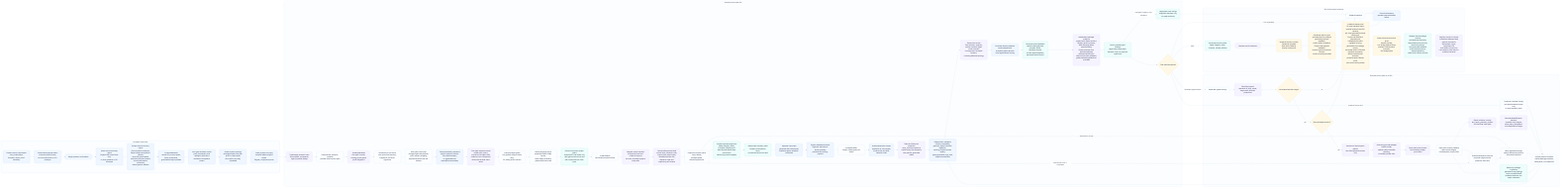
odylith/odylith keeps this Mermaid diagram as odylith/atlas/source/domain-intelligence-greenfield-governance.png. Above is the earlier version. Its source is kept beside it as odylith/atlas/source/domain-intelligence-greenfield-governance.mmd.
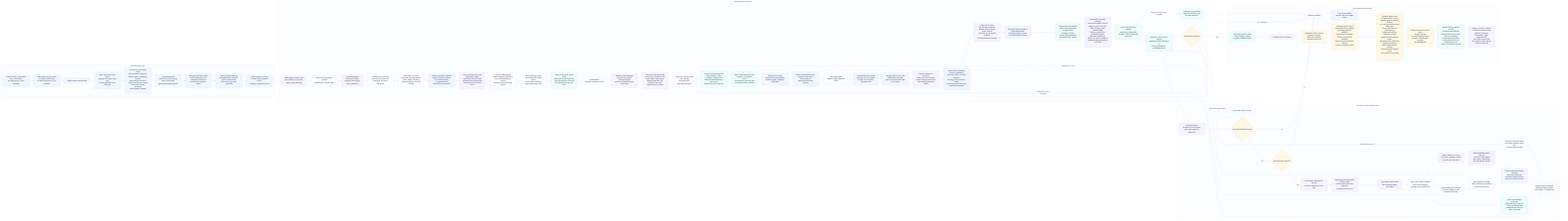
Later version of the same file.

Diff of the diagram source:
```diff
@@ -21,7 +21,7 @@
       actor_path_role["Actor path-role owner<br/>accepted-path descriptions,<br/>suffix-subject stripping,<br/>preposition/action-led role cleanup"]
       external_boundary["External boundary semantics<br/>explicit systems, inferred first-path boundary,<br/>or typed deferred manual/fixture boundary"]
       sequence_owner["First-path sequence owner<br/>modal actor chains,<br/>connector-led object tails,<br/>evidence noun compounds,<br/>distinctive terminal event terms"]
-      subject_carry_guard["Carried-subject guard<br/>only explicit subjects seed carry<br/>for sibling action clauses"]
+      subject_carry_guard["Carried-subject guard<br/>explicit subjects seed carry<br/>for coordinated sibling actions<br/>ordinary action verbs stay actions"]
       result_language["Result-language owner<br/>quoted/bounded visible results,<br/>result-object modifiers,<br/>grammatical item order"]
       prose_shape_guard["Clause-local prose-shape guard<br/>shared actor-role heads only,<br/>valid gerund action lists and<br/>title-compound user roles pass"]
       artifact_plan["ArtifactPlanIR<br/>sanctioned projection fields"]
@@ -29,7 +29,7 @@
       canonical_facts["CanonicalProjectionFactIR<br/>source layer, semantic node,<br/>source path, repair owner,<br/>allowed projection IDs,<br/>sequence-step and supporting-tail variants"]
       projection_contract["Projection contract owner<br/>roots, aliases,<br/>envelope paths,<br/>affected projections"]
       projections["Context-starved projections<br/>Radar, Registry, Atlas,<br/>Compass, release proof<br/>Atlas terminal labels keep event terms<br/>before long result wrappers"]
-      state_boundary_titles["Radar state-boundary titles<br/>compact review/action focus,<br/>no mechanical pronoun tails"]
+      state_boundary_titles["Radar state-boundary titles<br/>compact review/action focus,<br/>no mechanical pronoun tails<br/>no repeated clarity modifiers"]
       next_steps["Operator next steps<br/>governed start workstream,<br/>readiness gates, validation commands"]
       project_dashboard["Project dashboard preview<br/>fragment-safe source-launch prompts<br/>persisted into tooling payload"]
       draft_set["ArtifactDraftSet<br/>human-visible governed drafts"]
@@ -41,6 +41,8 @@
       governed_readback["Governed record readback<br/>release catalogs/events,<br/>program waves,<br/>Compass records,<br/>surface payload globals,<br/>persisted source-launch"]
       evidence_readback["Independent package evidence<br/>project brief, Radar sections,<br/>Registry proof contracts,<br/>Atlas topology labels,<br/>prewrite safety,<br/>Project prompts from persisted payload,<br/>declared sentinel plus distinctive-anchor readback,<br/>guidance/catalog Markdown excluded"]
       typed_findings["Source-owned typed findings<br/>target layer, target path,<br/>semantic node, no proposal-repair lane"]
+      projection_targets["Projection-source repair targets<br/>rendered preview leaf maps to<br/>SemanticModelIR or ArtifactPlanIR fact"]
+      mermaid_source_units["Mermaid source text units<br/>visible labels checked,<br/>graph syntax excluded from prose gates"]
       legacy_blockers["Legacy/raw issue strings<br/>diagnostic blockers only,<br/>no repair authority"]
       final_manifest{"Final manifest passes?"}
     end
@@ -59,6 +61,7 @@
       semantic_apply["SemanticModelIR patch executor<br/>operation-kind targets,<br/>exact paths, idempotent host-adjudication ledger"]
       plan_apply["ArtifactPlanIR patch executor<br/>proposal-target reroute,<br/>projection facts only"]
       scope_ledger["Patch application ledger<br/>explicit affected projections,<br/>full-prewrite posture"]
+      dashboard_rerender["Project dashboard scoped rerender<br/>rebuilt from proposal,<br/>accepted-project preview,<br/>and source-launch context"]
       projection_rerender["Projection rerender finding<br/>corrupted rendered scope only<br/>no host semantic patch"]
       package_inspection["Read-only package inspection<br/>generated-copy findings route to ArtifactPlanIR<br/>rendered drafts are not repair substrates"]
       rerender["Scoped prewrite rerender<br/>named package previews,<br/>same gates, no lowered bar"]
@@ -80,11 +83,11 @@
 
     visible_intent --> confirmable_stdout --> confirm --> source_guard --> prompt_recovery --> confirmed_ir --> non_goal_owner --> sparse_systems --> public_system_copy
     public_system_copy --> apply_input --> compiler --> semantic_ir --> actor_role_owner --> actor_path_role --> external_boundary --> sequence_owner --> subject_carry_guard --> result_language --> prose_shape_guard --> artifact_plan --> release_scope --> canonical_facts --> projection_contract --> projections --> state_boundary_titles --> next_steps --> project_dashboard --> draft_set
-    draft_set --> artifact_units --> visible_actor_projection --> validators --> expert_lenses --> persisted_readback --> governed_readback --> evidence_readback --> typed_findings --> final_manifest
+    draft_set --> artifact_units --> mermaid_source_units --> visible_actor_projection --> validators --> expert_lenses --> persisted_readback --> governed_readback --> evidence_readback --> typed_findings --> projection_targets --> final_manifest
     typed_findings -- "untyped or legacy-only evidence" --> legacy_blockers --> rollback
     final_manifest -- "pass" --> writes --> proof_log --> surface_custody --> matrix_scorer --> release_matrix --> natural_rescue_proof --> selected_case_leakage --> registry_forensics_custody
     final_manifest -- "rendered scope drift" --> projection_rerender --> rerender
-    final_manifest -- "repairable typed failure" --> repairable --> patchset --> executable_target
+    final_manifest -- "repairable typed failure" --> repairable --> projection_targets --> patchset --> executable_target
     executable_target -- "yes" --> rescue_budget
     rescue_budget -- "yes" --> tribunal_planner --> provider_adapter --> strict_schema --> custody_check --> repair_manifest
     repair_manifest --> semantic_apply
@@ -92,8 +95,9 @@
     custody_check --> package_inspection
     projection_contract -. "sanctioned roots + envelopes" .-> plan_apply
     projection_contract -. "dependency scope" .-> scope_ledger
-    semantic_apply --> rerender
-    plan_apply --> scope_ledger --> rerender
+    semantic_apply --> dashboard_rerender
+    plan_apply --> scope_ledger --> dashboard_rerender
+    dashboard_rerender --> rerender
     package_inspection --> rerender
     executable_target -- "no" --> rollback
     rerender --> validators
@@ -106,8 +110,8 @@
     classDef rescue fill:#FFF7ED,stroke:#FDBA74,color:#17233A,stroke-width:1.2px;
     classDef write fill:#F0FDF4,stroke:#86EFAC,color:#17233A,stroke-width:1.2px;
     class visible_intent,confirmable_stdout,confirm,source_guard,prompt_recovery,confirmed_ir,non_goal_owner,sparse_systems,public_system_copy intent;
-    class apply_input,compiler,semantic_ir,actor_role_owner,actor_path_role,external_boundary,sequence_owner,subject_carry_guard,result_language,prose_shape_guard,artifact_plan,release_scope,canonical_facts,projection_contract,projections,state_boundary_titles,next_steps,project_dashboard,draft_set,artifact_units,visible_actor_projection,validators,expert_lenses,persisted_readback,governed_readback,evidence_readback,typed_findings,legacy_blockers,final_manifest standard;
-    class repairable,patchset,executable_target,rescue_budget,tribunal_planner,provider_adapter,strict_schema,custody_check,repair_manifest,semantic_apply,plan_apply,scope_ledger,projection_rerender,package_inspection,rerender rescue;
+    class apply_input,compiler,semantic_ir,actor_role_owner,actor_path_role,external_boundary,sequence_owner,subject_carry_guard,result_language,prose_shape_guard,artifact_plan,release_scope,canonical_facts,projection_contract,projections,state_boundary_titles,next_steps,project_dashboard,draft_set,artifact_units,mermaid_source_units,visible_actor_projection,validators,expert_lenses,persisted_readback,governed_readback,evidence_readback,typed_findings,projection_targets,legacy_blockers,final_manifest standard;
+    class repairable,patchset,executable_target,rescue_budget,tribunal_planner,provider_adapter,strict_schema,custody_check,repair_manifest,semantic_apply,plan_apply,scope_ledger,dashboard_rerender,projection_rerender,package_inspection,rerender rescue;
     class writes,rollback,blockers,proof_log,surface_custody,matrix_scorer,release_matrix,natural_rescue_proof,selected_case_leakage,registry_forensics_custody write;
 
     style accepted_lane fill:#FBFDFF,stroke:#BFD7FE,stroke-width:1px,color:#334155
```
